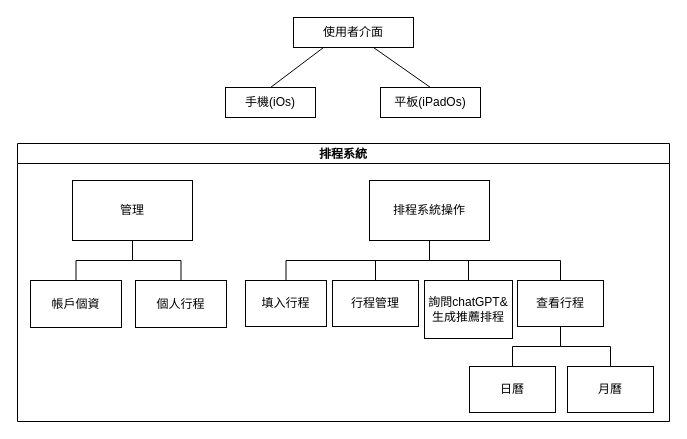
The draw.io diagram 系統架構.drawio in Kevincheng0804/Graduation-Topic, before the edit. Source tidied: cells renumbered, new cells numbered last; positions are measured from the earlier drawing's top-left corner, leaving out a move shared by most shapes. Both pictures are drawn from the tidied source at 100%, with x=0, y=0 at pixel (17, 17).
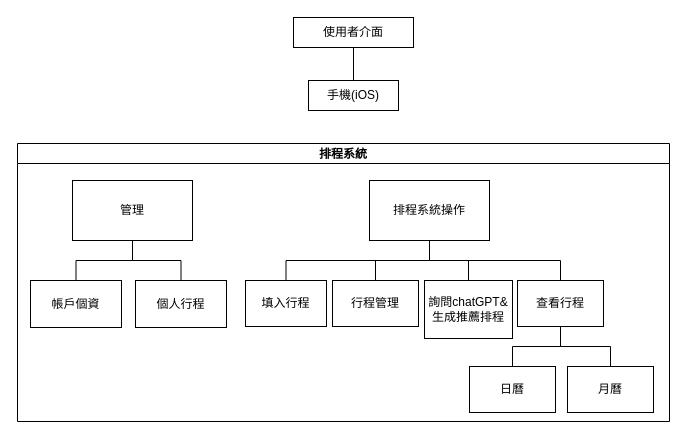
After the change.

Commit message (it also covers changes not shown here):
更新系統架構.drawio

The change refers to these unchanged cells:
```xml
<mxCell id="2" value="使用者介面" style="rounded=0;whiteSpace=wrap;html=1;" parent="1" vertex="1">
  <mxGeometry x="276" width="120" height="30" as="geometry" />
</mxCell>
```

What changed in the source:
```diff
@@
-    <mxCell id="3" style="endArrow=none;html=1;rounded=0;entryX=0.25;entryY=1;entryDx=0;entryDy=0;exitX=0.5;exitY=0;exitDx=0;exitDy=0;" parent="1" edge="1" source="4" target="2">
+    <mxCell id="3" style="endArrow=none;html=1;rounded=0;entryX=0.5;entryY=1;entryDx=0;entryDy=0;exitX=0.5;exitY=0;exitDx=0;exitDy=0;" parent="1" edge="1" source="4" target="2">
       <mxGeometry relative="1" as="geometry" />
     </mxCell>
-    <mxCell id="4" value="手機(iOs)" style="rounded=0;whiteSpace=wrap;html=1;" parent="1" vertex="1">
-      <mxGeometry x="208" y="70" width="90" height="30" as="geometry" />
+    <mxCell id="4" value="手機(iOS)" style="rounded=0;whiteSpace=wrap;html=1;" parent="1" vertex="1">
+      <mxGeometry x="291" y="63" width="90" height="30" as="geometry" />
     </mxCell>
-    <mxCell id="5" style="endArrow=none;html=1;rounded=0;exitX=0.5;exitY=0;exitDx=0;exitDy=0;" parent="1" edge="1" source="6">
-      <mxGeometry relative="1" as="geometry">
-        <mxPoint x="356" y="30" as="targetPoint" />
-      </mxGeometry>
-    </mxCell>
-    <mxCell id="6" value="平板(iPadOs)" style="rounded=0;whiteSpace=wrap;html=1;" parent="1" vertex="1">
-      <mxGeometry x="363" y="70" width="100" height="30" as="geometry" />
-    </mxCell>
```
